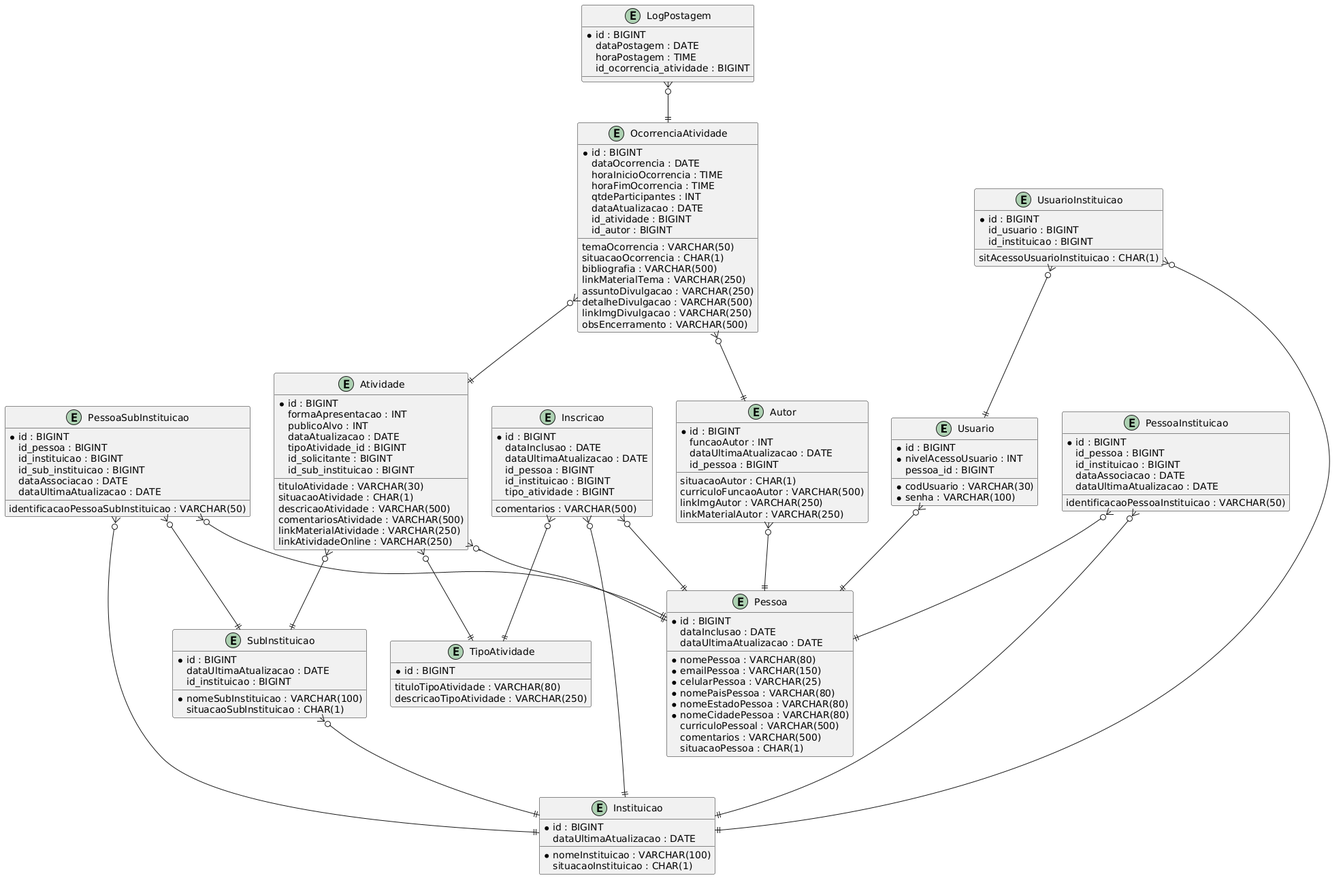
FranciscoCLira/agendamais keeps this PlantUML diagram as src/main/resources/docs/agenda_mais_erd.png. Above is the earlier version. The source it was exported from:
```plantuml
@startuml
entity Usuario {
  *id : BIGINT
  *codUsuario : VARCHAR(30)
  *senha : VARCHAR(100)
  *nivelAcessoUsuario : INT
  pessoa_id : BIGINT
}

entity Pessoa {
  *id : BIGINT
  *nomePessoa : VARCHAR(80)
  *emailPessoa : VARCHAR(150)
  *celularPessoa : VARCHAR(25)
  *nomePaisPessoa : VARCHAR(80)
  *nomeEstadoPessoa : VARCHAR(80)
  *nomeCidadePessoa : VARCHAR(80)
  curriculoPessoal : VARCHAR(500)
  comentarios : VARCHAR(500)
  situacaoPessoa : CHAR(1)
  dataInclusao : DATE
  dataUltimaAtualizacao : DATE
}

entity Instituicao {
  *id : BIGINT
  *nomeInstituicao : VARCHAR(100)
  situacaoInstituicao : CHAR(1)
  dataUltimaAtualizacao : DATE
}

entity SubInstituicao {
  *id : BIGINT
  *nomeSubInstituicao : VARCHAR(100)
  situacaoSubInstituicao : CHAR(1)
  dataUltimaAtualizacao : DATE
  id_instituicao : BIGINT
}

entity UsuarioInstituicao {
  *id : BIGINT
  id_usuario : BIGINT
  id_instituicao : BIGINT
  sitAcessoUsuarioInstituicao : CHAR(1)
}

entity PessoaInstituicao {
  *id : BIGINT
  id_pessoa : BIGINT
  id_instituicao : BIGINT
  identificacaoPessoaInstituicao : VARCHAR(50)
  dataAssociacao : DATE
  dataUltimaAtualizacao : DATE
}

entity PessoaSubInstituicao {
  *id : BIGINT
  id_pessoa : BIGINT
  id_instituicao : BIGINT
  id_sub_instituicao : BIGINT
  identificacaoPessoaSubInstituicao : VARCHAR(50)
  dataAssociacao : DATE
  dataUltimaAtualizacao : DATE
}

entity TipoAtividade {
  *id : BIGINT
  tituloTipoAtividade : VARCHAR(80)
  descricaoTipoAtividade : VARCHAR(250)
}

entity Atividade {
  *id : BIGINT
  tituloAtividade : VARCHAR(30)
  situacaoAtividade : CHAR(1)
  formaApresentacao : INT
  publicoAlvo : INT
  descricaoAtividade : VARCHAR(500)
  comentariosAtividade : VARCHAR(500)
  linkMaterialAtividade : VARCHAR(250)
  linkAtividadeOnline : VARCHAR(250)
  dataAtualizacao : DATE
  tipoAtividade_id : BIGINT
  id_solicitante : BIGINT
  id_sub_instituicao : BIGINT
}

entity OcorrenciaAtividade {
  *id : BIGINT
  temaOcorrencia : VARCHAR(50)
  situacaoOcorrencia : CHAR(1)
  bibliografia : VARCHAR(500)
  dataOcorrencia : DATE
  horaInicioOcorrencia : TIME
  horaFimOcorrencia : TIME
  linkMaterialTema : VARCHAR(250)
  assuntoDivulgacao : VARCHAR(250)
  detalheDivulgacao : VARCHAR(500)
  linkImgDivulgacao : VARCHAR(250)
  qtdeParticipantes : INT
  obsEncerramento : VARCHAR(500)
  dataAtualizacao : DATE
  id_atividade : BIGINT
  id_autor : BIGINT
}

entity Autor {
  *id : BIGINT
  funcaoAutor : INT
  situacaoAutor : CHAR(1)
  curriculoFuncaoAutor : VARCHAR(500)
  linkImgAutor : VARCHAR(250)
  linkMaterialAutor : VARCHAR(250)
  dataUltimaAtualizacao : DATE
  id_pessoa : BIGINT
}

entity Inscricao {
  *id : BIGINT
  comentarios : VARCHAR(500)
  dataInclusao : DATE
  dataUltimaAtualizacao : DATE
  id_pessoa : BIGINT
  id_instituicao : BIGINT
  tipo_atividade : BIGINT
}

entity LogPostagem {
  *id : BIGINT
  dataPostagem : DATE
  horaPostagem : TIME
  id_ocorrencia_atividade : BIGINT
}

Usuario }o--|| Pessoa
UsuarioInstituicao }o--|| Usuario
UsuarioInstituicao }o--|| Instituicao
PessoaInstituicao }o--|| Pessoa
PessoaInstituicao }o--|| Instituicao
PessoaSubInstituicao }o--|| Pessoa
PessoaSubInstituicao }o--|| Instituicao
PessoaSubInstituicao }o--|| SubInstituicao
SubInstituicao }o--|| Instituicao
Atividade }o--|| TipoAtividade
Atividade }o--|| Pessoa
Atividade }o--|| SubInstituicao
OcorrenciaAtividade }o--|| Atividade
OcorrenciaAtividade }o--|| Autor
Autor }o--|| Pessoa
Inscricao }o--|| Pessoa
Inscricao }o--|| Instituicao
Inscricao }o--|| TipoAtividade
LogPostagem }o--|| OcorrenciaAtividade
@enduml
```
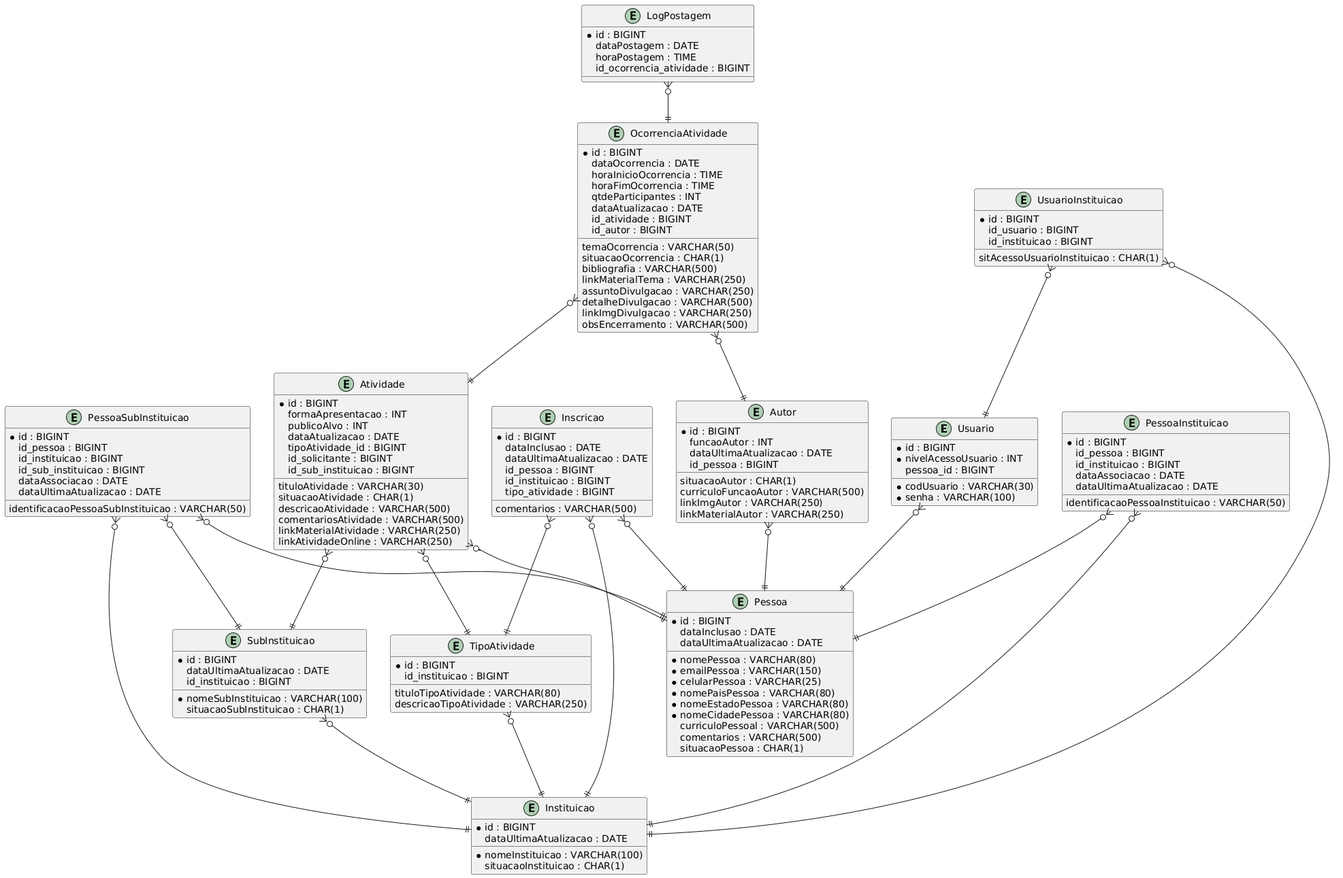
After the change.

The edit, as a diff of the source:
```diff
@@ -67,6 +67,7 @@
   *id : BIGINT
   tituloTipoAtividade : VARCHAR(80)
   descricaoTipoAtividade : VARCHAR(250)
+  id_instituicao : BIGINT
 }
 
 entity Atividade {
@@ -141,6 +142,7 @@
 PessoaSubInstituicao }o--|| Instituicao
 PessoaSubInstituicao }o--|| SubInstituicao
 SubInstituicao }o--|| Instituicao
+TipoAtividade }o--|| Instituicao
 Atividade }o--|| TipoAtividade
 Atividade }o--|| Pessoa
 Atividade }o--|| SubInstituicao
```
